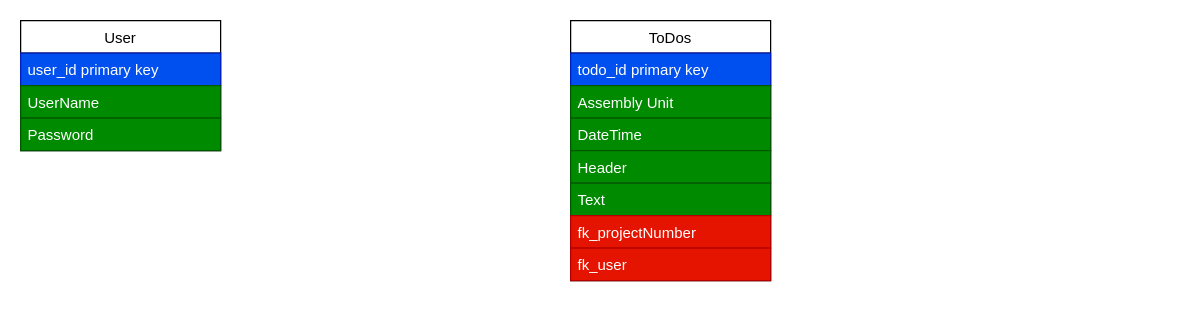
This is Planning/database.drawio from LeDaniii/SmartAssemblyApp, a draw.io file, before an edit. Source tidied: cells renumbered, new cells numbered last; positions are measured from the earlier drawing's top-left corner, leaving out a move shared by most shapes. Both pictures are drawn from the tidied source at 125%, with x=0, y=0 at pixel (20, 20).
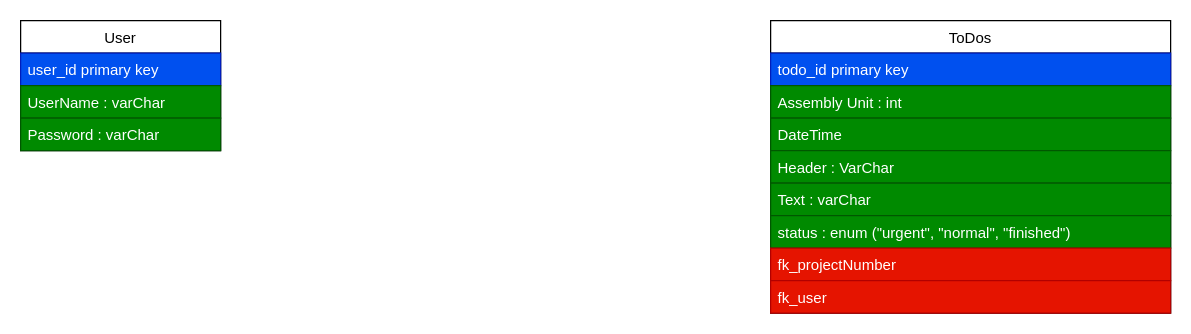
The same page after the edit.

What changed in the source:
```diff
@@
 <mxGraphModel>
   <root>
     <mxCell id="0" />
     <mxCell id="1" parent="0" />
     <mxCell id="2" value="User" style="swimlane;fontStyle=0;horizontal=1;startSize=26;" parent="1" vertex="1">
       <mxGeometry width="160" height="104" as="geometry" />
     </mxCell>
     <mxCell id="3" value="user_id primary key" style="text;strokeColor=#001DBC;fillColor=#0050ef;align=left;verticalAlign=top;spacingLeft=4;spacingRight=4;overflow=hidden;fontColor=#ffffff;" parent="2" vertex="1">
       <mxGeometry y="26" width="160" height="26" as="geometry" />
     </mxCell>
-    <mxCell id="4" value="UserName" style="text;align=left;verticalAlign=top;spacingLeft=4;spacingRight=4;overflow=hidden;fillColor=#008a00;strokeColor=#005700;fontColor=#ffffff;" parent="2" vertex="1">
+    <mxCell id="4" value="UserName : varChar" style="text;align=left;verticalAlign=top;spacingLeft=4;spacingRight=4;overflow=hidden;fillColor=#008a00;strokeColor=#005700;fontColor=#ffffff;" parent="2" vertex="1">
       <mxGeometry y="52" width="160" height="26" as="geometry" />
     </mxCell>
-    <mxCell id="5" value="Password" style="text;strokeColor=#005700;fillColor=#008a00;align=left;verticalAlign=top;spacingLeft=4;spacingRight=4;overflow=hidden;fontColor=#ffffff;" parent="2" vertex="1">
+    <mxCell id="5" value="Password : varChar" style="text;strokeColor=#005700;fillColor=#008a00;align=left;verticalAlign=top;spacingLeft=4;spacingRight=4;overflow=hidden;fontColor=#ffffff;" parent="2" vertex="1">
       <mxGeometry y="78" width="160" height="26" as="geometry" />
     </mxCell>
     <mxCell id="6" value="ToDos" style="swimlane;fontStyle=0;horizontal=1;startSize=26;" parent="1" vertex="1">
-      <mxGeometry x="440" width="160" height="208" as="geometry" />
+      <mxGeometry x="600" width="320" height="234" as="geometry" />
     </mxCell>
     <mxCell id="7" value="todo_id primary key" style="text;strokeColor=#001DBC;fillColor=#0050ef;align=left;verticalAlign=top;spacingLeft=4;spacingRight=4;overflow=hidden;fontColor=#ffffff;" parent="6" vertex="1">
-      <mxGeometry y="26" width="160" height="26" as="geometry" />
+      <mxGeometry y="26" width="320" height="26" as="geometry" />
     </mxCell>
-    <mxCell id="8" value="Assembly Unit" style="text;align=left;verticalAlign=top;spacingLeft=4;spacingRight=4;overflow=hidden;fillColor=#008a00;strokeColor=#005700;fontColor=#ffffff;" parent="6" vertex="1">
-      <mxGeometry y="52" width="160" height="26" as="geometry" />
+    <mxCell id="8" value="Assembly Unit : int" style="text;align=left;verticalAlign=top;spacingLeft=4;spacingRight=4;overflow=hidden;fillColor=#008a00;strokeColor=#005700;fontColor=#ffffff;" parent="6" vertex="1">
+      <mxGeometry y="52" width="320" height="26" as="geometry" />
     </mxCell>
     <mxCell id="9" value="DateTime" style="text;strokeColor=#005700;fillColor=#008a00;align=left;verticalAlign=top;spacingLeft=4;spacingRight=4;overflow=hidden;fontColor=#ffffff;" parent="6" vertex="1">
-      <mxGeometry y="78" width="160" height="26" as="geometry" />
+      <mxGeometry y="78" width="320" height="26" as="geometry" />
     </mxCell>
-    <mxCell id="10" value="Header" style="text;strokeColor=#005700;fillColor=#008a00;align=left;verticalAlign=top;spacingLeft=4;spacingRight=4;overflow=hidden;fontColor=#ffffff;" parent="6" vertex="1">
-      <mxGeometry y="104" width="160" height="26" as="geometry" />
+    <mxCell id="10" value="Header : VarChar" style="text;strokeColor=#005700;fillColor=#008a00;align=left;verticalAlign=top;spacingLeft=4;spacingRight=4;overflow=hidden;fontColor=#ffffff;" parent="6" vertex="1">
+      <mxGeometry y="104" width="320" height="26" as="geometry" />
     </mxCell>
+    <mxCell id="14" value="Text : varChar" style="text;strokeColor=#005700;fillColor=#008a00;align=left;verticalAlign=top;spacingLeft=4;spacingRight=4;overflow=hidden;fontColor=#ffffff;" parent="6" vertex="1">
+      <mxGeometry y="130" width="320" height="26" as="geometry" />
+    </mxCell>
-    <mxCell id="11" value="Text" style="text;strokeColor=#005700;fillColor=#008a00;align=left;verticalAlign=top;spacingLeft=4;spacingRight=4;overflow=hidden;fontColor=#ffffff;" parent="6" vertex="1">
-      <mxGeometry y="130" width="160" height="26" as="geometry" />
+    <mxCell id="11" value="status : enum (&quot;urgent&quot;, &quot;normal&quot;, &quot;finished&quot;)" style="text;strokeColor=#005700;fillColor=#008a00;align=left;verticalAlign=top;spacingLeft=4;spacingRight=4;overflow=hidden;fontColor=#ffffff;" parent="6" vertex="1">
+      <mxGeometry y="156" width="320" height="26" as="geometry" />
     </mxCell>
     <mxCell id="12" value="fk_projectNumber" style="text;strokeColor=#B20000;fillColor=#e51400;align=left;verticalAlign=top;spacingLeft=4;spacingRight=4;overflow=hidden;fontColor=#ffffff;" parent="6" vertex="1">
-      <mxGeometry y="156" width="160" height="26" as="geometry" />
+      <mxGeometry y="182" width="320" height="26" as="geometry" />
     </mxCell>
     <mxCell id="13" value="fk_user" style="text;strokeColor=#B20000;fillColor=#e51400;align=left;verticalAlign=top;spacingLeft=4;spacingRight=4;overflow=hidden;fontColor=#ffffff;" parent="6" vertex="1">
-      <mxGeometry y="182" width="160" height="26" as="geometry" />
+      <mxGeometry y="208" width="320" height="26" as="geometry" />
     </mxCell>
   </root>
 </mxGraphModel>
```
